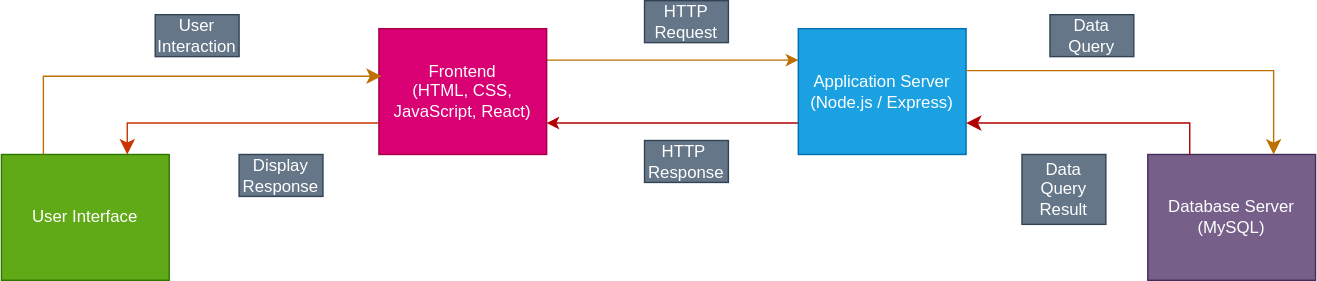
Before: proposal/submission/sec01/Systema/blockdiagram.svg, a diagram exported from draw.io (drshahizan/software-engineering). Source tidied: cells renumbered, new cells last; positions are measured from the earlier drawing's top-left corner, leaving out a move shared by most shapes.
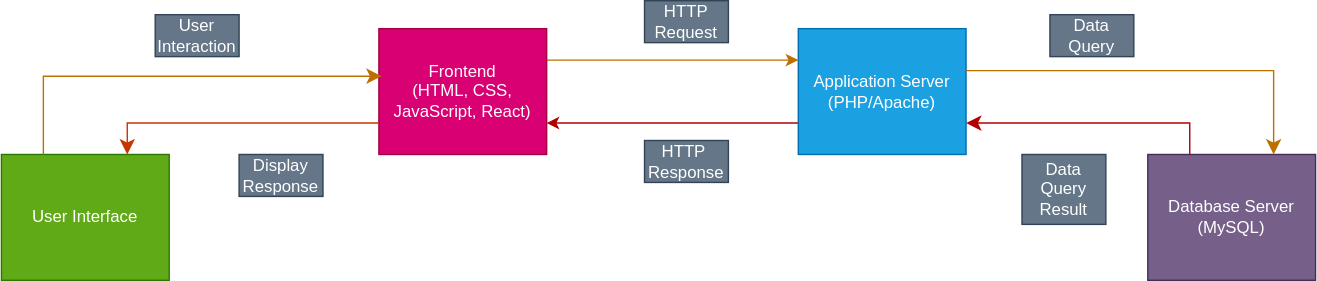
The same diagram one commit later.

The edit, as a diff of the source:
```diff
@@ -14,7 +14,7 @@
     <mxCell id="5" style="edgeStyle=none;html=1;exitX=0;exitY=0.75;exitDx=0;exitDy=0;entryX=1;entryY=0.75;entryDx=0;entryDy=0;fillColor=#e51400;strokeColor=#B20000;" parent="1" edge="1" source="6" target="4">
       <mxGeometry relative="1" as="geometry" />
     </mxCell>
-    <mxCell id="6" value="Application Server (Node.js / Express)" style="rounded=0;whiteSpace=wrap;html=1;fillColor=#1ba1e2;fontColor=#ffffff;strokeColor=#006EAF;" parent="1" vertex="1">
+    <mxCell id="6" value="Application Server (PHP/Apache)" style="rounded=0;whiteSpace=wrap;html=1;fillColor=#1ba1e2;fontColor=#ffffff;strokeColor=#006EAF;" parent="1" vertex="1">
       <mxGeometry x="570" y="20" width="120" height="90" as="geometry" />
     </mxCell>
     <mxCell id="7" value="Database Server&lt;br&gt;(MySQL)" style="rounded=0;whiteSpace=wrap;html=1;fillColor=#76608a;fontColor=#ffffff;strokeColor=#432D57;" parent="1" vertex="1">
```
